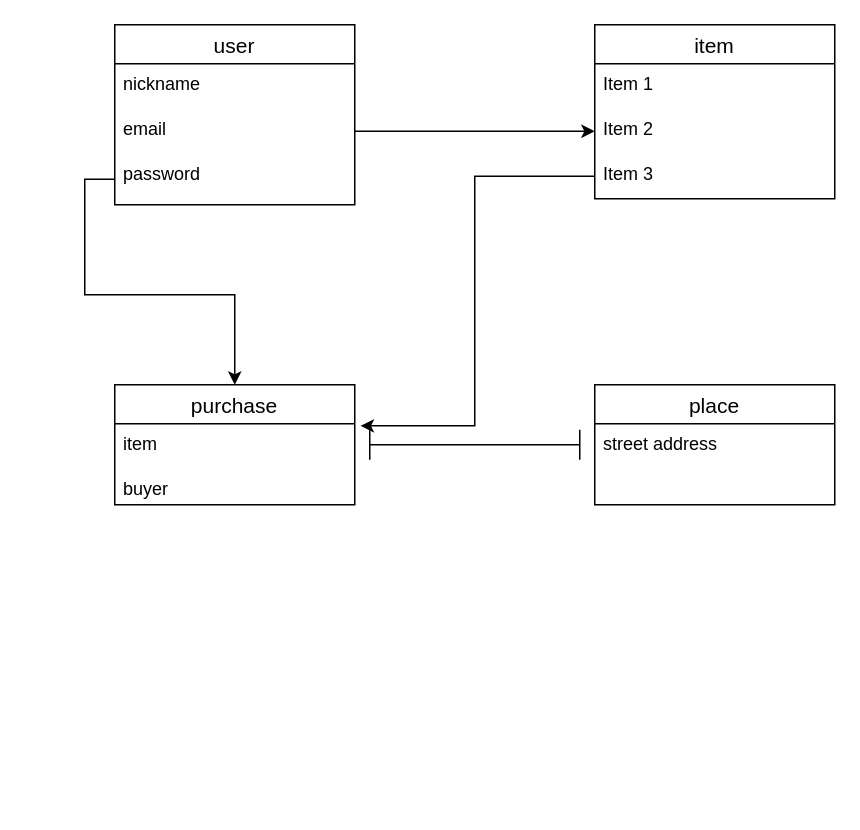
hiroto0707/furima-33377 keeps this draw.io diagram as furima.dio. Above is the earlier version. Source tidied: cells renumbered, new cells numbered last; positions are measured from the earlier drawing's top-left corner, leaving out a move shared by most shapes. Both pictures are drawn from the tidied source at 150%, with x=0, y=0 at pixel (114, 24).
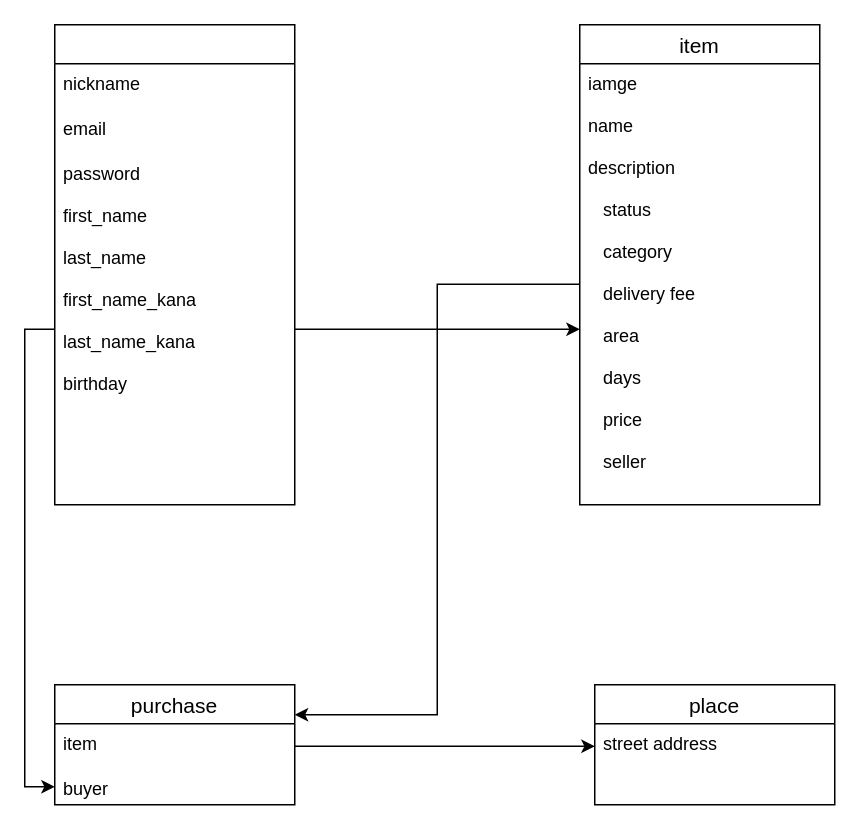
After the change.

What changed in the source:
```diff
@@
 <mxGraphModel>
   <root>
     <mxCell id="0" />
     <mxCell id="1" parent="0" />
     <mxCell id="2" value="place" style="swimlane;fontStyle=0;horizontal=1;startSize=26;align=center;fontSize=14;" parent="1" vertex="1">
-      <mxGeometry x="320" y="240" width="160" height="80" as="geometry" />
+      <mxGeometry x="320" y="440" width="160" height="80" as="geometry" />
     </mxCell>
     <mxCell id="3" value="street address" style="text;strokeColor=none;fillColor=none;spacingLeft=4;spacingRight=4;overflow=hidden;points=[[0,0.5],[1,0.5]];portConstraint=eastwest;fontSize=12;" parent="2" vertex="1">
       <mxGeometry y="26" width="160" height="54" as="geometry" />
     </mxCell>
     <mxCell id="4" value="item" style="swimlane;fontStyle=0;horizontal=1;startSize=26;align=center;fontSize=14;" parent="1" vertex="1">
-      <mxGeometry x="320" width="160" height="116" as="geometry" />
+      <mxGeometry x="310" width="160" height="320" as="geometry" />
     </mxCell>
-    <mxCell id="5" value="Item 1" style="text;strokeColor=none;fillColor=none;spacingLeft=4;spacingRight=4;overflow=hidden;points=[[0,0.5],[1,0.5]];portConstraint=eastwest;fontSize=12;" parent="4" vertex="1">
-      <mxGeometry y="26" width="160" height="30" as="geometry" />
+    <mxCell id="5" value="iamge&#10;&#10;name&#10;&#10;description" style="text;strokeColor=none;fillColor=none;spacingLeft=4;spacingRight=4;overflow=hidden;points=[[0,0.5],[1,0.5]];portConstraint=eastwest;fontSize=12;" parent="4" vertex="1">
+      <mxGeometry y="26" width="160" height="294" as="geometry" />
     </mxCell>
-    <mxCell id="6" value="Item 2" style="text;strokeColor=none;fillColor=none;spacingLeft=4;spacingRight=4;overflow=hidden;points=[[0,0.5],[1,0.5]];portConstraint=eastwest;fontSize=12;" parent="4" vertex="1">
-      <mxGeometry y="56" width="160" height="30" as="geometry" />
-    </mxCell>
-    <mxCell id="7" value="Item 3" style="text;strokeColor=none;fillColor=none;spacingLeft=4;spacingRight=4;overflow=hidden;points=[[0,0.5],[1,0.5]];portConstraint=eastwest;fontSize=12;" parent="4" vertex="1">
-      <mxGeometry y="86" width="160" height="30" as="geometry" />
-    </mxCell>
     <mxCell id="8" value="purchase" style="swimlane;fontStyle=0;horizontal=1;startSize=26;align=center;fontSize=14;" parent="1" vertex="1">
-      <mxGeometry y="240" width="160" height="80" as="geometry" />
+      <mxGeometry x="-40" y="440" width="160" height="80" as="geometry" />
     </mxCell>
     <mxCell id="9" value="item" style="text;strokeColor=none;fillColor=none;spacingLeft=4;spacingRight=4;overflow=hidden;points=[[0,0.5],[1,0.5]];portConstraint=eastwest;fontSize=12;" parent="8" vertex="1">
       <mxGeometry y="26" width="160" height="30" as="geometry" />
     </mxCell>
     <mxCell id="10" value="buyer" style="text;strokeColor=none;fillColor=none;spacingLeft=4;spacingRight=4;overflow=hidden;points=[[0,0.5],[1,0.5]];portConstraint=eastwest;fontSize=12;" parent="8" vertex="1">
       <mxGeometry y="56" width="160" height="24" as="geometry" />
     </mxCell>
-    <mxCell id="11" value="user" style="swimlane;fontStyle=0;horizontal=1;startSize=26;align=center;fontSize=14;" parent="1" vertex="1">
-      <mxGeometry width="160" height="120" as="geometry" />
+    <mxCell id="11" value="&#10;&#10;&#10;" style="swimlane;fontStyle=0;horizontal=1;startSize=26;align=center;fontSize=14;" parent="1" vertex="1">
+      <mxGeometry x="-40" width="160" height="320" as="geometry" />
     </mxCell>
     <mxCell id="12" value="nickname" style="text;strokeColor=none;fillColor=none;spacingLeft=4;spacingRight=4;overflow=hidden;fontSize=12;" parent="11" vertex="1">
       <mxGeometry y="26" width="160" height="30" as="geometry" />
     </mxCell>
     <mxCell id="13" value="email" style="text;strokeColor=none;fillColor=none;spacingLeft=4;spacingRight=4;overflow=hidden;points=[[0,0.5],[1,0.5]];portConstraint=eastwest;fontSize=12;" parent="11" vertex="1">
       <mxGeometry y="56" width="160" height="30" as="geometry" />
     </mxCell>
-    <mxCell id="14" value="password " style="text;strokeColor=none;fillColor=none;spacingLeft=4;spacingRight=4;overflow=hidden;points=[[0,0.5],[1,0.5]];portConstraint=eastwest;fontSize=12;" parent="11" vertex="1">
-      <mxGeometry y="86" width="160" height="34" as="geometry" />
+    <mxCell id="14" value="password&#10;&#10;first_name&#10;&#10;last_name&#10;&#10;first_name_kana&#10;&#10;last_name_kana&#10;&#10;birthday&#10;&#10;" style="text;strokeColor=none;fillColor=none;spacingLeft=4;spacingRight=4;overflow=hidden;points=[[0,0.5],[1,0.5]];portConstraint=eastwest;fontSize=12;" parent="11" vertex="1">
+      <mxGeometry y="86" width="160" height="234" as="geometry" />
     </mxCell>
-    <mxCell id="15" style="edgeStyle=orthogonalEdgeStyle;rounded=0;jettySize=auto;html=1;" parent="1" edge="1" source="13" target="6">
-      <mxGeometry relative="1" as="geometry" />
-    </mxCell>
-    <mxCell id="16" style="shape=crossbar;whiteSpace=wrap;html=1;rounded=1;" parent="1" vertex="1">
-      <mxGeometry x="170" y="270" width="140" height="20" as="geometry" />
-    </mxCell>
-    <mxCell id="17" style="edgeStyle=orthogonalEdgeStyle;rounded=0;jettySize=auto;html=1;entryX=0.5;entryY=0;entryDx=0;entryDy=0;" parent="1" edge="1" source="14" target="8">
-      <mxGeometry relative="1" as="geometry" />
-    </mxCell>
-    <mxCell id="18" style="edgeStyle=orthogonalEdgeStyle;rounded=0;jettySize=auto;html=1;entryX=1.024;entryY=0.047;entryDx=0;entryDy=0;entryPerimeter=0;" parent="1" edge="1" source="7" target="9">
-      <mxGeometry relative="1" as="geometry" />
-    </mxCell>
+    <mxCell id="7" value="status&#10;&#10;category&#10;&#10;delivery fee&#10;&#10;area&#10;&#10;days&#10;&#10;price&#10;&#10;seller&#10;" style="text;strokeColor=none;fillColor=none;spacingLeft=4;spacingRight=4;overflow=hidden;points=[[0,0.5],[1,0.5]];portConstraint=eastwest;fontSize=12;" parent="1" vertex="1">
+      <mxGeometry x="320" y="110" width="160" height="194" as="geometry" />
+    </mxCell>
+    <mxCell id="19" style="edgeStyle=orthogonalEdgeStyle;rounded=0;jettySize=auto;html=1;" parent="1" edge="1" source="14">
+      <mxGeometry relative="1" as="geometry">
+        <mxPoint x="310" y="203" as="targetPoint" />
+      </mxGeometry>
+    </mxCell>
+    <mxCell id="20" style="edgeStyle=orthogonalEdgeStyle;rounded=0;jettySize=auto;html=1;exitX=1;exitY=0.5;exitDx=0;exitDy=0;entryX=0;entryY=0.278;entryDx=0;entryDy=0;entryPerimeter=0;" parent="1" edge="1" source="9" target="3">
+      <mxGeometry relative="1" as="geometry" />
+    </mxCell>
+    <mxCell id="21" style="edgeStyle=orthogonalEdgeStyle;rounded=0;jettySize=auto;html=1;entryX=1;entryY=0.25;entryDx=0;entryDy=0;" parent="1" edge="1" source="5" target="8">
+      <mxGeometry relative="1" as="geometry" />
+    </mxCell>
+    <mxCell id="22" style="edgeStyle=orthogonalEdgeStyle;rounded=0;jettySize=auto;html=1;entryX=0;entryY=0.5;entryDx=0;entryDy=0;" parent="1" edge="1" source="14" target="10">
+      <mxGeometry relative="1" as="geometry" />
+    </mxCell>
   </root>
 </mxGraphModel>
```
